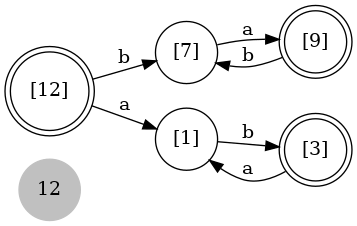
Earlier version of the Graphviz export automateMinimal.png (RED-AUtoMate/Automates). Its source is kept beside it as automateMinimal.dot. Its diagram source:
```dot
digraph automate {
	rankdir=LR;
	size="8,5";
    node  [shape = circle];
    "12"  [style = "filled",color ="gray"];
    "[12]"  [shape = "doublecircle"];
    "[3]"  [shape = "doublecircle"];
    "[9]"  [shape = "doublecircle"];
    "[7]" -> "[9]" [label= "a"];
    "[3]" -> "[1]" [label= "a"];
    "[1]" -> "[3]" [label= "b"];
    "[12]" -> "[1]" [label= "a"];
    "[12]" -> "[7]" [label= "b"];
    "[9]" -> "[7]" [label= "b"];
}
```
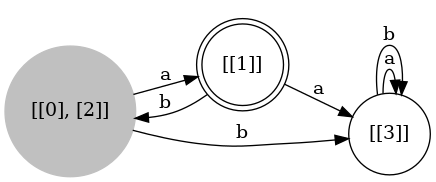
After the commit.

What changed in the source:
```diff
@@ -2,14 +2,12 @@
 	rankdir=LR;
 	size="8,5";
     node  [shape = circle];
-    "12"  [style = "filled",color ="gray"];
-    "[12]"  [shape = "doublecircle"];
-    "[3]"  [shape = "doublecircle"];
-    "[9]"  [shape = "doublecircle"];
-    "[7]" -> "[9]" [label= "a"];
-    "[3]" -> "[1]" [label= "a"];
-    "[1]" -> "[3]" [label= "b"];
-    "[12]" -> "[1]" [label= "a"];
-    "[12]" -> "[7]" [label= "b"];
-    "[9]" -> "[7]" [label= "b"];
+    "[[0], [2]]"  [style = "filled",color ="gray"];
+    "[[1]]"  [shape = "doublecircle"];
+    "[[0], [2]]" -> "[[1]]" [label= "a"];
+    "[[0], [2]]" -> "[[3]]" [label= "b"];
+    "[[1]]" -> "[[3]]" [label= "a"];
+    "[[1]]" -> "[[0], [2]]" [label= "b"];
+    "[[3]]" -> "[[3]]" [label= "a"];
+    "[[3]]" -> "[[3]]" [label= "b"];
 }
```
